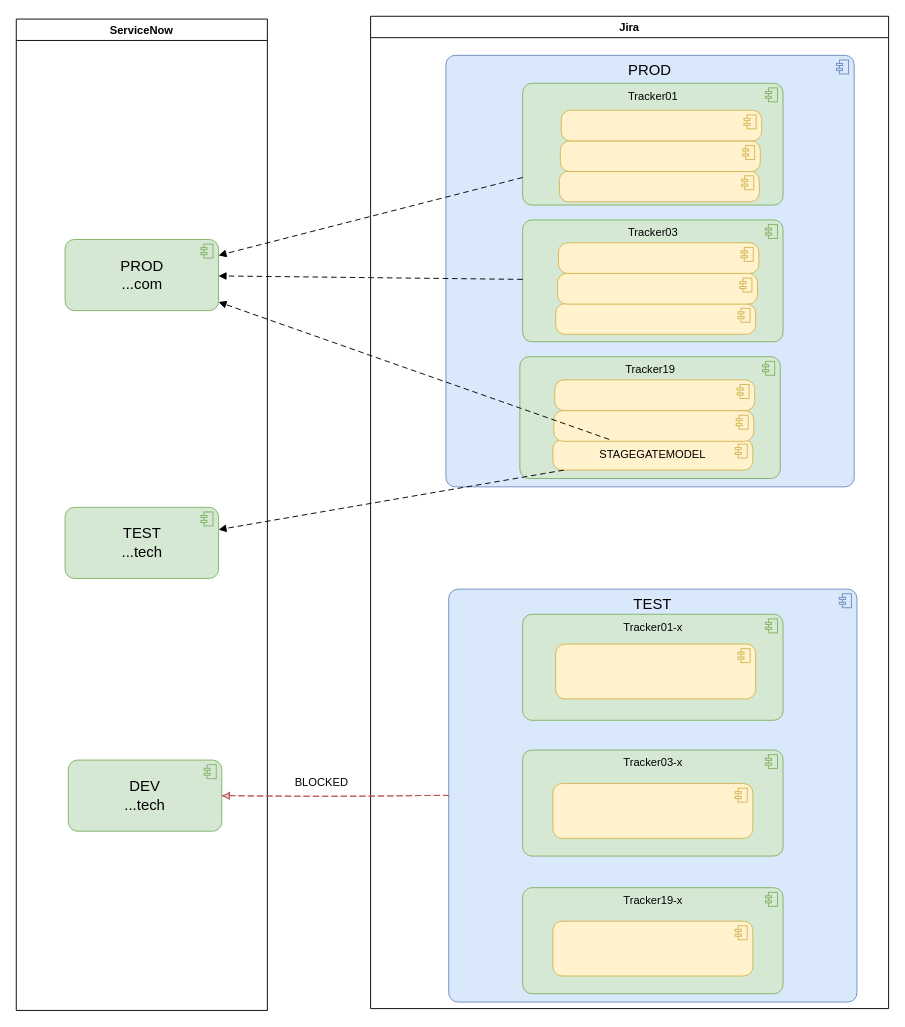
The draw.io diagram page "WebHooks" (4 of 19) of Bosch.drawio in algimas/tmp, before the edit. Source tidied: cells renumbered, new cells numbered last; positions are measured from the earlier drawing's top-left corner, leaving out a move shared by most shapes. Both pictures are drawn from the tidied source at 93%, with x=0, y=0 at pixel (16, 16).
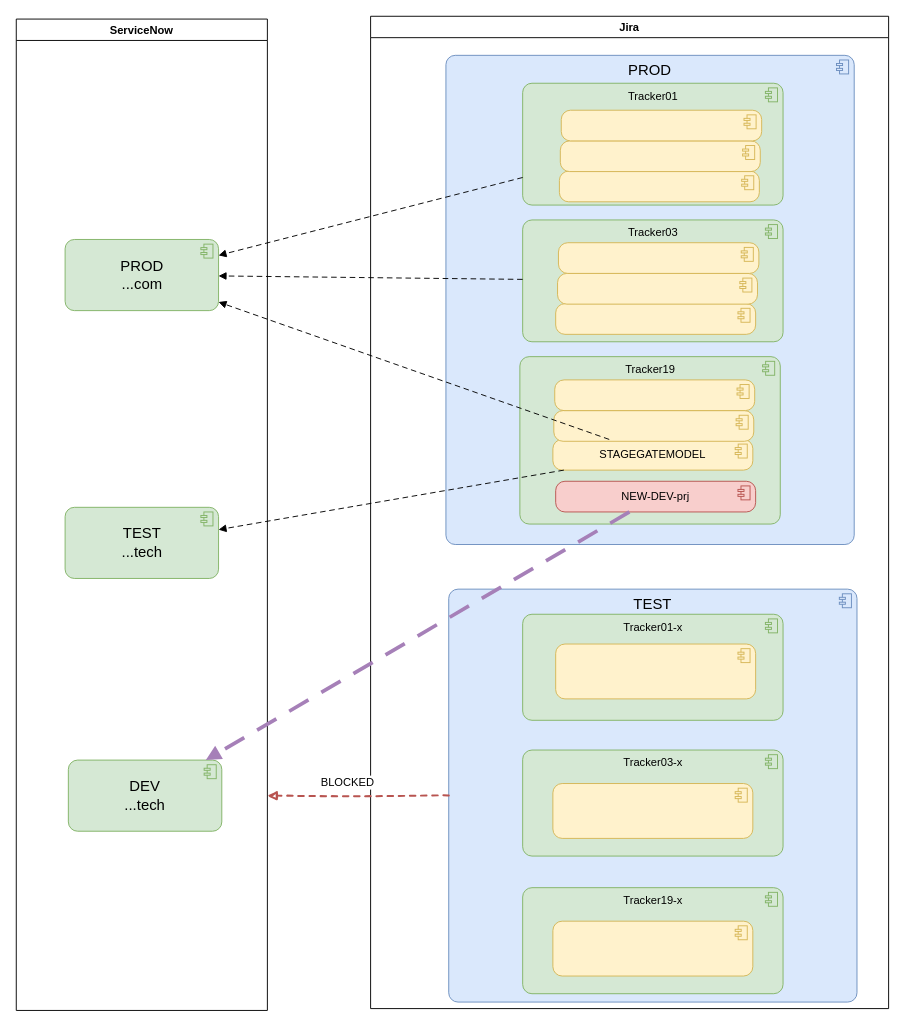
After the change.

The change refers to these unchanged cells:
```xml
<mxCell id="5" value="DEV&lt;div&gt;...tech&lt;/div&gt;" style="html=1;outlineConnect=0;whiteSpace=wrap;fillColor=#d5e8d4;shape=mxgraph.archimate3.application;appType=comp;archiType=rounded;strokeColor=#82b366;verticalAlign=middle;fontStyle=0;fontSize=16;" parent="2" vertex="1">
  <mxGeometry x="56" y="796.8" width="165" height="76.5" as="geometry" />
</mxCell>
<mxCell id="6" value="Jira" style="swimlane;" parent="1" vertex="1">
  <mxGeometry x="381" width="557" height="1067" as="geometry" />
</mxCell>
<mxCell id="10" value="TEST" style="html=1;outlineConnect=0;whiteSpace=wrap;fillColor=#dae8fc;shape=mxgraph.archimate3.application;appType=comp;archiType=rounded;strokeColor=#6c8ebf;verticalAlign=top;fontStyle=0;fontSize=16;" parent="6" vertex="1">
  <mxGeometry x="84" y="616" width="439" height="444" as="geometry" />
</mxCell>
```

The edit, as a diff of the source:
```diff
@@
     <mxCell id="7" value="PROD" style="html=1;whiteSpace=wrap;fillColor=#dae8fc;shape=mxgraph.archimate3.application;appType=comp;archiType=rounded;strokeColor=#6c8ebf;verticalAlign=top;fontStyle=0;fontSize=16;" parent="6" vertex="1">
-      <mxGeometry x="81" y="42" width="439" height="464" as="geometry" />
+      <mxGeometry x="81" y="42" width="439" height="526" as="geometry" />
     </mxCell>
     <mxCell id="8" value="Tracker19" style="html=1;whiteSpace=wrap;fillColor=#d5e8d4;shape=mxgraph.archimate3.application;appType=comp;archiType=rounded;strokeColor=#82b366;verticalAlign=top;fontStyle=0;fontSize=12;" parent="6" vertex="1">
-      <mxGeometry x="160.5" y="366" width="280" height="131" as="geometry" />
+      <mxGeometry x="160.5" y="366" width="280" height="180" as="geometry" />
     </mxCell>
@@
+    <mxCell id="32" value="NEW-DEV-prj" style="html=1;outlineConnect=0;whiteSpace=wrap;fillColor=#f8cecc;shape=mxgraph.archimate3.application;appType=comp;archiType=rounded;strokeColor=#b85450;verticalAlign=middle;fontStyle=0;fontSize=12;" parent="6" vertex="1">
+      <mxGeometry x="199" y="500" width="215" height="33" as="geometry" />
+    </mxCell>
@@
-    <mxCell id="31" value="BLOCKED" style="html=1;endArrow=block;dashed=1;elbow=vertical;endFill=1;dashPattern=6 4;rounded=0;fontSize=12;fontStyle=0;fillColor=#f8cecc;strokeColor=#b85450;curved=1;sketch=1;curveFitting=1;jiggle=2;shadow=0;" parent="1" edge="1" source="10" target="5">
-      <mxGeometry x="0.12" y="-14" relative="1" as="geometry" />
+    <mxCell id="31" value="BLOCKED" style="html=1;endArrow=block;dashed=1;elbow=vertical;endFill=1;rounded=0;fontSize=12;fontStyle=0;fillColor=#f8cecc;strokeColor=#b85450;curved=1;sketch=1;curveFitting=1;jiggle=2;shadow=0;strokeWidth=2;" parent="1" edge="1" source="10">
+      <mxGeometry x="0.12" y="-14" relative="1" as="geometry">
+        <mxPoint x="270" y="838" as="targetPoint" />
+      </mxGeometry>
     </mxCell>
+    <mxCell id="33" style="html=1;endArrow=block;dashed=1;elbow=vertical;endFill=1;dashPattern=6 4;rounded=0;fontSize=12;fontStyle=0;strokeWidth=4;strokeColor=light-dark(#A680B8,#EDEDED);" parent="1" edge="1" source="32" target="5">
+      <mxGeometry relative="1" as="geometry" />
+    </mxCell>
```
